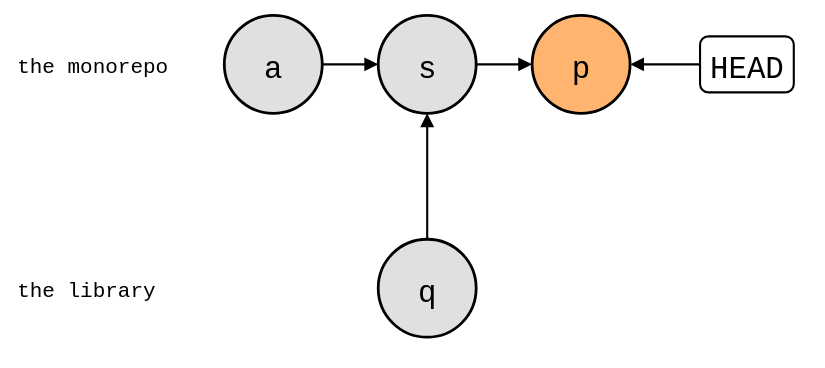
The draw.io diagram git-splice/test/comparisons/git-subtree-squash-merged.drawio.svg in roschaefer/episodes, before a commit. Source tidied: cells renumbered, new cells last; positions are measured from the earlier drawing's top-left corner, leaving out a move shared by most shapes.
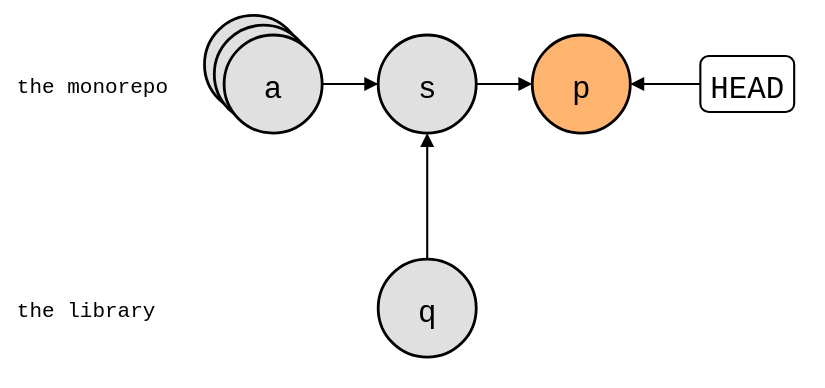
Above is the later version.

Diff of the diagram source:
```diff
@@ -8,6 +8,12 @@
     <mxCell id="3" value="the library" style="text;strokeColor=none;fillColor=none;align=left;verticalAlign=middle;fontSize=15;fontFamily=Roboto Mono,monospace;" parent="1" vertex="1">
       <mxGeometry y="180" width="130" height="30" as="geometry" />
     </mxCell>
+    <mxCell id="13" style="shape=ellipse;strokeWidth=2;fontSize=22;fontFamily=Roboto Mono,monospace;fillColor=#E0E0E0;" parent="1" vertex="1">
+      <mxGeometry x="136" y="-14" width="70" height="70" as="geometry" />
+    </mxCell>
+    <mxCell id="14" style="shape=ellipse;strokeWidth=2;fontSize=22;fontFamily=Roboto Mono,monospace;fillColor=#E0E0E0;" parent="1" vertex="1">
+      <mxGeometry x="143" y="-7" width="70" height="70" as="geometry" />
+    </mxCell>
     <mxCell id="4" value="a" style="ellipse;strokeWidth=2;fontSize=22;fontFamily=Roboto Mono,monospace;fillColor=#E0E0E0;" parent="1" vertex="1">
       <mxGeometry x="150" width="70" height="70" as="geometry" />
     </mxCell>
```
